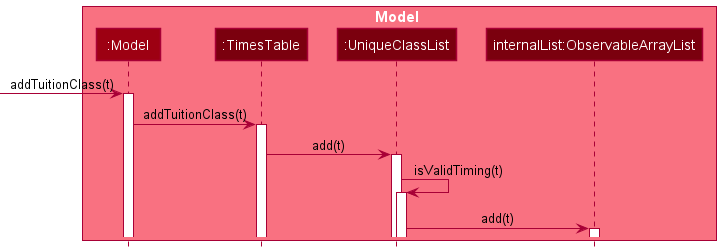
Before: docs/images/AddClassModelSequenceDiagram.png, a diagram exported from PlantUML (softmagnet/tp). Its diagram source:
```plantuml
@startuml
!include style.puml

box Model MODEL_COLOR_T1
participant ":Model" as Model MODEL_COLOR
participant ":TimesTable" as TimesTable MODEL_COLOR_T3
participant ":UniqueClassList" as UniqueClassList MODEL_COLOR_T3
participant "internalList:ObservableArrayList" as ObservableArrayList MODEL_COLOR_T3
end box

[-> Model : addTuitionClass(t)
activate Model

Model -> TimesTable : addTuitionClass(t)
activate TimesTable

TimesTable -> UniqueClassList : add(t)
activate UniqueClassList

UniqueClassList -> UniqueClassList : isValidTiming(t)
activate UniqueClassList

UniqueClassList -> ObservableArrayList : add(t)
activate ObservableArrayList


@enduml
```
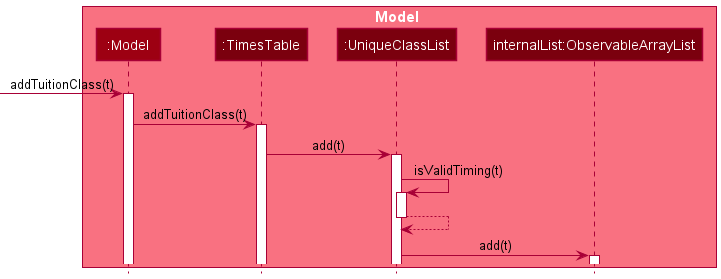
After the commit.

Commit message:
Edit UML diagram of RemoveFromClass, DeleteClass and AddClass

The edit, as a diff of the source:
```diff
@@ -19,6 +19,8 @@
 
 UniqueClassList -> UniqueClassList : isValidTiming(t)
 activate UniqueClassList
+UniqueClassList --> UniqueClassList
+deactivate UniqueClassList
 
 UniqueClassList -> ObservableArrayList : add(t)
 activate ObservableArrayList
```
